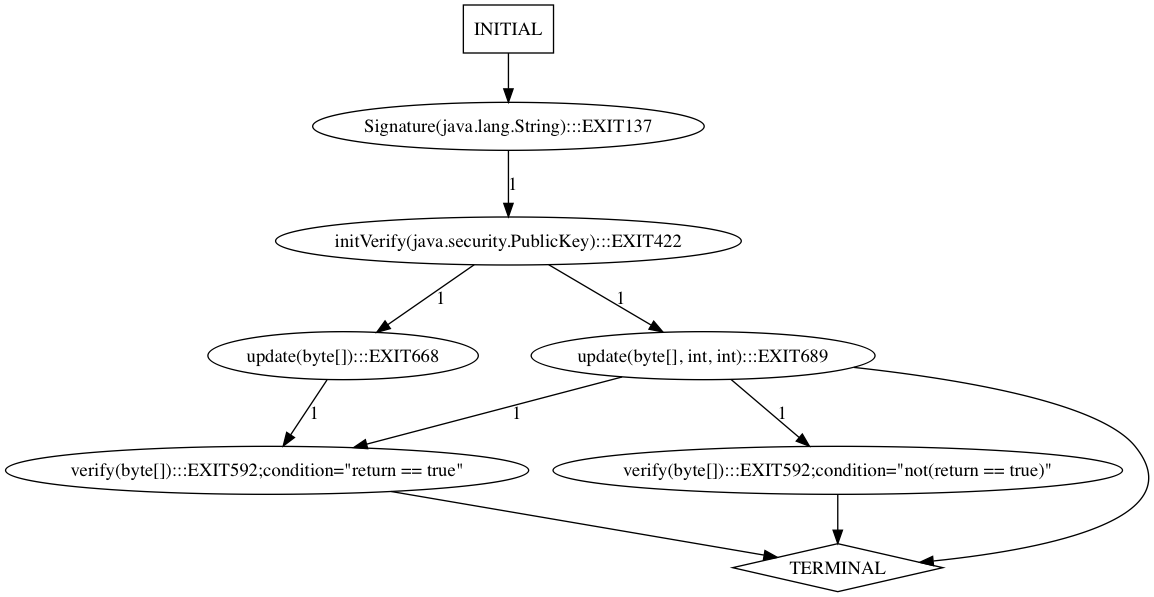
The Graphviz diagram bestchai-perfume-frontend-85f927d03b0c/tmp/perfumetest.dot.png in annadeng/Universal-Model-Inference, before a commit. Its source is kept beside it as bestchai-perfume-frontend-85f927d03b0c/tmp/perfumetest.dot.
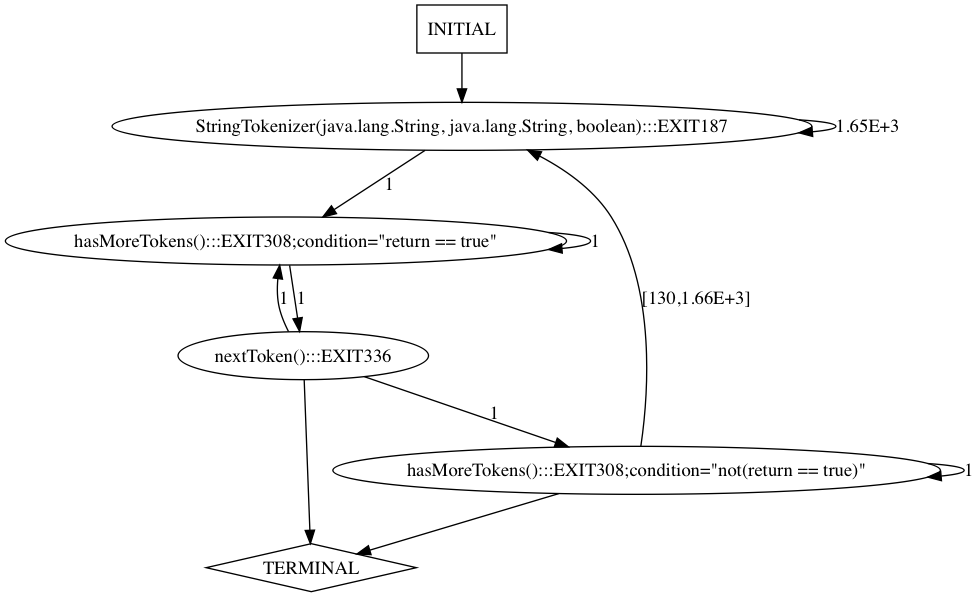
Above is the later version.

Change to the diagram source:
```diff
@@ -1,20 +1,19 @@
 digraph G {
-  0 [label="Signature(java.lang.String):::EXIT137"];
-  1 [label="initVerify(java.security.PublicKey):::EXIT422"];
-  2 [label="update(byte[]):::EXIT668"];
-  3 [label="update(byte[], int, int):::EXIT689"];
-  4 [label="verify(byte[]):::EXIT592;condition=\"not(return == true)\""];
-  5 [label="verify(byte[]):::EXIT592;condition=\"return == true\""];
-  6 [label="TERMINAL",shape=diamond];
-  7 [label="INITIAL",shape=box];
-0->1 [label="1"];
-1->2 [label="1"];
-1->3 [label="1"];
-2->5 [label="1"];
-3->4 [label="1"];
-3->5 [label="1"];
-3->6 [label=""];
-4->6 [label=""];
-5->6 [label=""];
-7->0 [label=""];
+  0 [label="StringTokenizer(java.lang.String, java.lang.String, boolean):::EXIT187"];
+  1 [label="hasMoreTokens():::EXIT308;condition=\"not(return == true)\""];
+  2 [label="hasMoreTokens():::EXIT308;condition=\"return == true\""];
+  3 [label="nextToken():::EXIT336"];
+  4 [label="TERMINAL",shape=diamond];
+  5 [label="INITIAL",shape=box];
+0->0 [label="1.65E+3"];
+0->2 [label="1"];
+1->0 [label="[130,1.66E+3]"];
+1->1 [label="1"];
+1->4 [label=""];
+2->2 [label="1"];
+2->3 [label="1"];
+3->1 [label="1"];
+3->2 [label="1"];
+3->4 [label=""];
+5->0 [label=""];
 }
```
